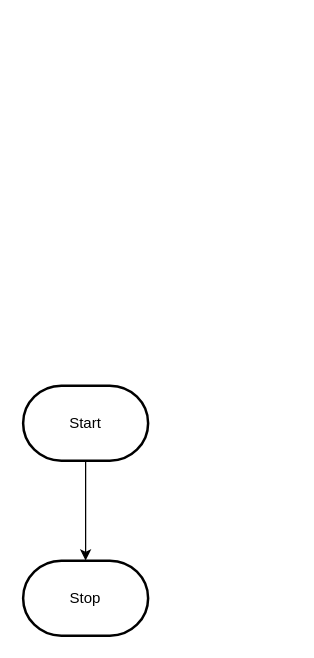
Before: design/flowchart.drawio in MTHS-ICD2O-1-2023/ICD2O-Unit-3-04-giordan-zeina, a draw.io diagram. Source tidied: cells renumbered, new cells numbered last; positions are measured from the earlier drawing's top-left corner, leaving out a move shared by most shapes. Both pictures are drawn from the tidied source at 125%, with x=0, y=0 at pixel (22, 385).
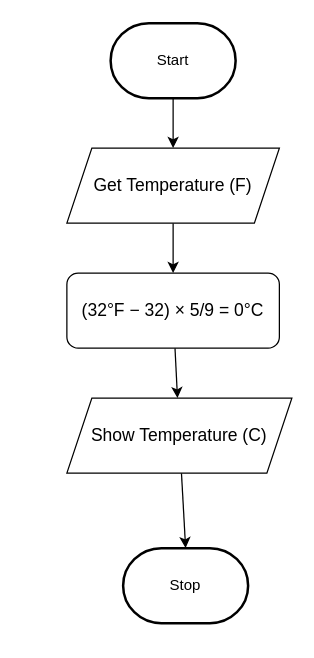
The same page after the edit.

The edit, as a diff of the source:
```diff
@@
 <mxGraphModel>
   <root>
     <mxCell id="0" />
     <mxCell id="1" parent="0" />
-    <mxCell id="2" style="edgeStyle=orthogonalEdgeStyle;html=1;rounded=0;" parent="1" edge="1" source="3" target="4">
-      <mxGeometry relative="1" as="geometry" />
-    </mxCell>
+    <mxCell id="5" style="edgeStyle=none;html=1;fontSize=14;" parent="1" edge="1" source="3" target="7">
+      <mxGeometry relative="1" as="geometry" />
+    </mxCell>
     <mxCell id="3" value="Start" style="strokeWidth=2;html=1;shape=mxgraph.flowchart.terminator;whiteSpace=wrap;" parent="1" vertex="1">
-      <mxGeometry width="100" height="60" as="geometry" />
+      <mxGeometry x="70" y="-290" width="100" height="60" as="geometry" />
     </mxCell>
     <mxCell id="4" value="Stop" style="strokeWidth=2;html=1;shape=mxgraph.flowchart.terminator;whiteSpace=wrap;" parent="1" vertex="1">
-      <mxGeometry y="140" width="100" height="60" as="geometry" />
+      <mxGeometry x="80" y="130" width="100" height="60" as="geometry" />
     </mxCell>
+    <mxCell id="6" style="edgeStyle=none;html=1;fontSize=14;" parent="1" edge="1" source="7" target="9">
+      <mxGeometry relative="1" as="geometry" />
+    </mxCell>
+    <mxCell id="7" value="&lt;font style=&quot;font-size: 14px;&quot;&gt;Get Temperature (F)&lt;/font&gt;" style="shape=parallelogram;perimeter=parallelogramPerimeter;whiteSpace=wrap;html=1;fixedSize=1;" parent="1" vertex="1">
+      <mxGeometry x="35" y="-190" width="170" height="60" as="geometry" />
+    </mxCell>
+    <mxCell id="8" style="edgeStyle=none;html=1;fontSize=14;" parent="1" edge="1" source="9" target="11">
+      <mxGeometry relative="1" as="geometry" />
+    </mxCell>
+    <mxCell id="9" value="(32°F − 32) × 5/9 = 0°C" style="rounded=1;whiteSpace=wrap;html=1;fontSize=14;" parent="1" vertex="1">
+      <mxGeometry x="35" y="-90" width="170" height="60" as="geometry" />
+    </mxCell>
+    <mxCell id="10" style="edgeStyle=none;html=1;entryX=0.5;entryY=0;entryDx=0;entryDy=0;entryPerimeter=0;fontSize=14;" parent="1" edge="1" source="11" target="4">
+      <mxGeometry relative="1" as="geometry" />
+    </mxCell>
+    <mxCell id="11" value="Show Temperature (C)" style="shape=parallelogram;perimeter=parallelogramPerimeter;whiteSpace=wrap;html=1;fixedSize=1;fontSize=14;" parent="1" vertex="1">
+      <mxGeometry x="35" y="10" width="180" height="60" as="geometry" />
+    </mxCell>
   </root>
 </mxGraphModel>
```
